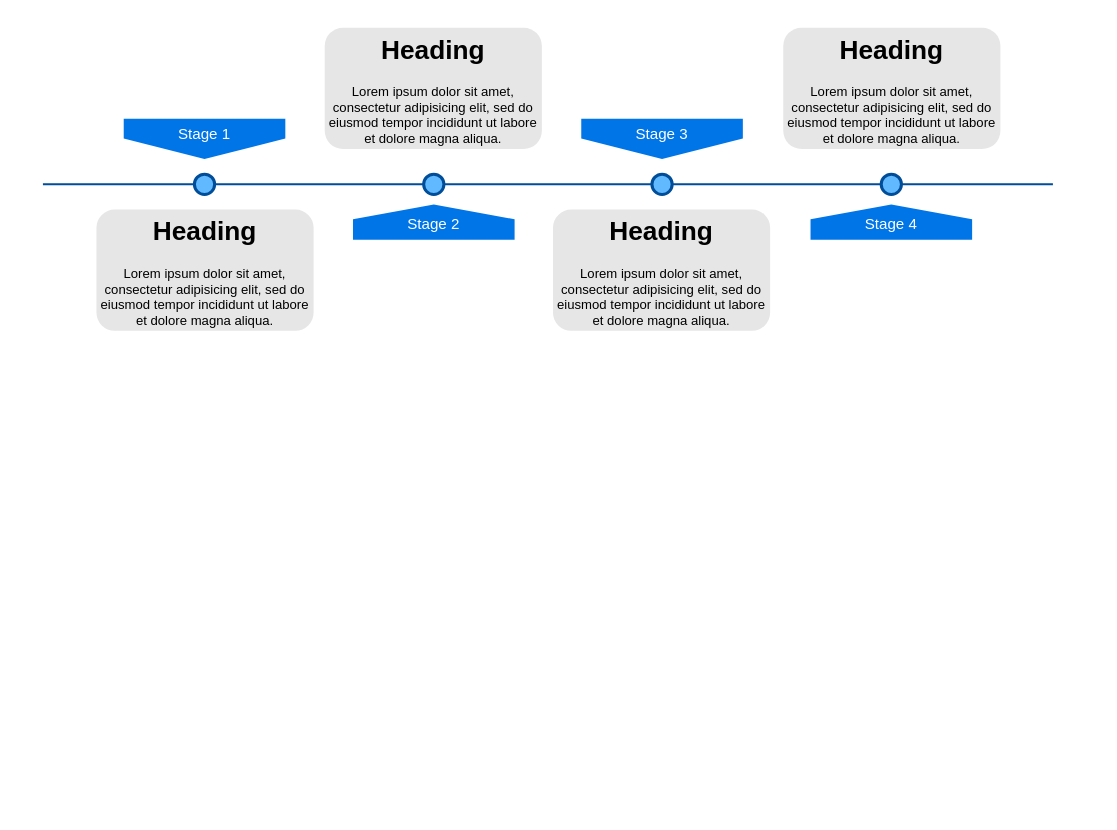
Earlier version of the draw.io diagram 收钱能量场设计.drawio (sharefuli/money). Source tidied: cells renumbered, new cells numbered last; positions are measured from the earlier drawing's top-left corner, leaving out a move shared by most shapes. Both pictures are drawn from the tidied source at 101%, with x=0, y=0 at pixel (42, 27).
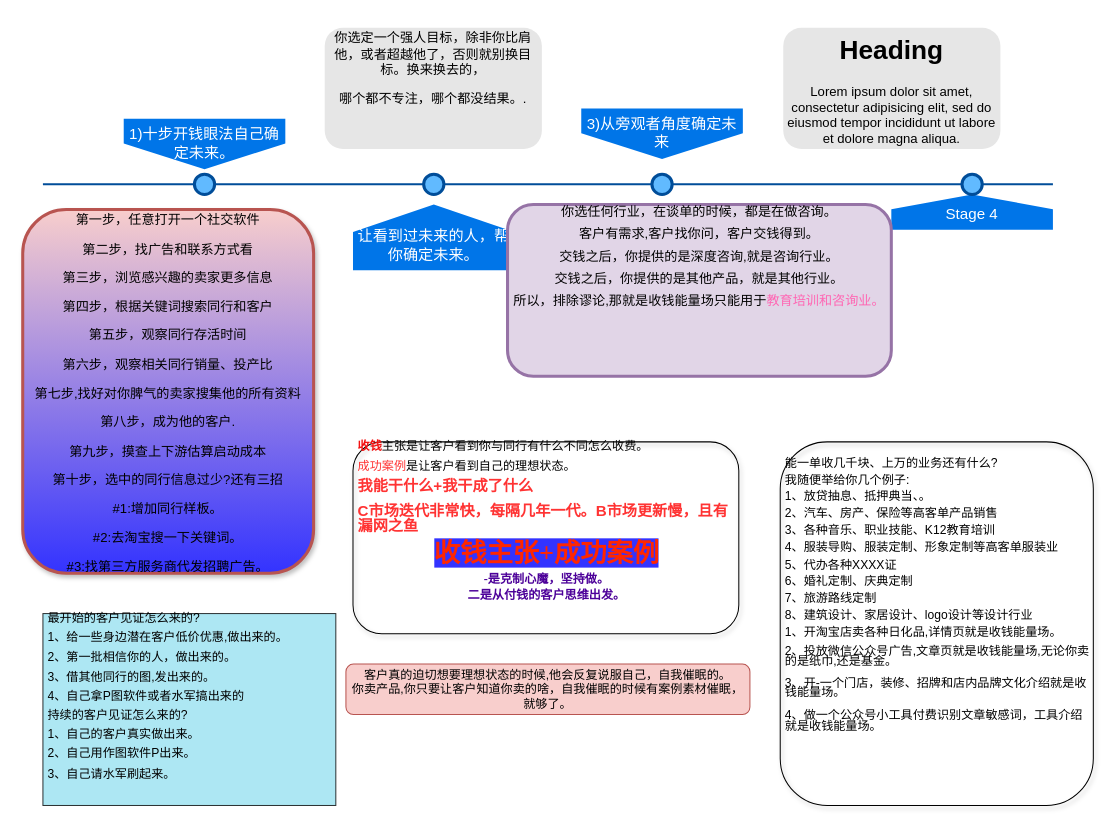
Above is the later version.

Commit message:
更新收钱能量场设计.drawio

The edit, as a diff of the source:
```diff
@@
 <mxGraphModel>
   <root>
     <mxCell id="0" />
     <mxCell id="1" parent="0" />
     <mxCell id="2" style="line;strokeWidth=2;html=1;fillColor=none;fontSize=28;fontColor=#004D99;strokeColor=#004D99;" parent="1" vertex="1">
       <mxGeometry y="150" width="1000" height="10" as="geometry" />
     </mxCell>
-    <mxCell id="3" value="Stage 1" style="shape=offPageConnector;whiteSpace=wrap;html=1;fillColor=#0075E8;fontSize=15;fontColor=#FFFFFF;size=0.5093750000000015;verticalAlign=top;strokeColor=none;" parent="1" vertex="1">
-      <mxGeometry x="80" y="90" width="160" height="40" as="geometry" />
+    <mxCell id="3" value="1)十步开钱眼法自己确定未来。" style="shape=offPageConnector;whiteSpace=wrap;html=1;fillColor=#0075E8;fontSize=15;fontColor=#FFFFFF;size=0.5093750000000015;verticalAlign=top;strokeColor=none;" parent="1" vertex="1">
+      <mxGeometry x="80" y="90" width="160" height="50" as="geometry" />
     </mxCell>
-    <mxCell id="4" value="&lt;span&gt;Stage 3&lt;/span&gt;" style="shape=offPageConnector;whiteSpace=wrap;html=1;fillColor=#0075E8;fontSize=15;fontColor=#FFFFFF;size=0.5093750000000015;verticalAlign=top;strokeColor=none;" parent="1" vertex="1">
-      <mxGeometry x="533" y="90" width="160" height="40" as="geometry" />
+    <mxCell id="4" value="3)从旁观者角度确定未来" style="shape=offPageConnector;whiteSpace=wrap;html=1;fillColor=#0075E8;fontSize=15;fontColor=#FFFFFF;size=0.5093750000000015;verticalAlign=top;strokeColor=none;" parent="1" vertex="1">
+      <mxGeometry x="533" y="80" width="160" height="50" as="geometry" />
     </mxCell>
-    <mxCell id="5" value="&lt;span&gt;Stage 2&lt;/span&gt;" style="shape=offPageConnector;whiteSpace=wrap;html=1;fillColor=#0075E8;fontSize=15;fontColor=#FFFFFF;size=0.4178571428571445;flipV=1;verticalAlign=bottom;strokeColor=none;spacingBottom=4;" parent="1" vertex="1">
-      <mxGeometry x="307" y="175" width="160" height="35" as="geometry" />
+    <mxCell id="5" value="让看到过未来的人，帮你确定未来。" style="shape=offPageConnector;whiteSpace=wrap;html=1;fillColor=#0075E8;fontSize=15;fontColor=#FFFFFF;size=0.4178571428571445;flipV=1;verticalAlign=bottom;strokeColor=none;spacingBottom=4;" parent="1" vertex="1">
+      <mxGeometry x="307" y="175" width="160" height="65" as="geometry" />
     </mxCell>
     <mxCell id="6" value="&lt;span&gt;Stage 4&lt;/span&gt;" style="shape=offPageConnector;whiteSpace=wrap;html=1;fillColor=#0075E8;fontSize=15;fontColor=#FFFFFF;size=0.4178571428571445;flipV=1;verticalAlign=bottom;strokeColor=none;spacingBottom=4;" parent="1" vertex="1">
-      <mxGeometry x="760" y="175" width="160" height="35" as="geometry" />
+      <mxGeometry x="840" y="165" width="160" height="35" as="geometry" />
     </mxCell>
     <mxCell id="7" style="ellipse;whiteSpace=wrap;html=1;fillColor=#61BAFF;fontSize=28;fontColor=#004D99;strokeWidth=3;strokeColor=#004D99;" parent="1" vertex="1">
       <mxGeometry x="150" y="145" width="20" height="20" as="geometry" />
     </mxCell>
     <mxCell id="8" style="ellipse;whiteSpace=wrap;html=1;fillColor=#61BAFF;fontSize=28;fontColor=#004D99;strokeWidth=3;strokeColor=#004D99;" parent="1" vertex="1">
       <mxGeometry x="377" y="145" width="20" height="20" as="geometry" />
     </mxCell>
     <mxCell id="9" style="ellipse;whiteSpace=wrap;html=1;fillColor=#61BAFF;fontSize=28;fontColor=#004D99;strokeWidth=3;strokeColor=#004D99;" parent="1" vertex="1">
       <mxGeometry x="603" y="145" width="20" height="20" as="geometry" />
     </mxCell>
     <mxCell id="10" style="ellipse;whiteSpace=wrap;html=1;fillColor=#61BAFF;fontSize=28;fontColor=#004D99;strokeWidth=3;strokeColor=#004D99;" parent="1" vertex="1">
-      <mxGeometry x="830" y="145" width="20" height="20" as="geometry" />
+      <mxGeometry x="910" y="145" width="20" height="20" as="geometry" />
     </mxCell>
-    <mxCell id="11" value="&lt;h1&gt;Heading&lt;/h1&gt;&lt;p&gt;Lorem ipsum dolor sit amet, consectetur adipisicing elit, sed do eiusmod tempor incididunt ut labore et dolore magna aliqua.&lt;/p&gt;" style="text;html=1;spacing=5;spacingTop=-20;whiteSpace=wrap;overflow=hidden;strokeColor=none;strokeWidth=3;fillColor=#E6E6E6;fontSize=13;fontColor=#000000;align=center;rounded=1;" parent="1" vertex="1">
-      <mxGeometry x="53" y="180" width="215" height="120" as="geometry" />
+    <mxCell id="11" value="&lt;p&gt;第一步，任意打开一个社交软件&lt;/p&gt;&lt;p&gt;第二步，找广告和联系方式看&lt;/p&gt;&lt;p&gt;第三步，浏览感兴趣的卖家更多信息&lt;/p&gt;&lt;p&gt;第四步，根据关键词搜索同行和客户&lt;/p&gt;&lt;p&gt;第五步，观察同行存活时间&lt;/p&gt;&lt;p&gt;第六步，观察相关同行销量、投产比&lt;/p&gt;&lt;p&gt;第七步,找好对你脾气的卖家搜集他的所有资料&lt;/p&gt;&lt;p&gt;第八步，成为他的客户.&lt;/p&gt;&lt;p&gt;第九步，摸查上下游估算启动成本&lt;/p&gt;&lt;p&gt;第十步，选中的同行信息过少?还有三招&lt;/p&gt;&lt;p&gt;#1:增加同行样板。&lt;/p&gt;&lt;p&gt;#2:去淘宝搜一下关键词。&lt;/p&gt;&lt;p&gt;#3:找第三方服务商代发招聘广告。&lt;/p&gt;" style="text;html=1;spacing=5;spacingTop=-20;whiteSpace=wrap;overflow=hidden;strokeColor=#b85450;strokeWidth=3;fillColor=#f8cecc;fontSize=13;align=center;rounded=1;shadow=1;gradientColor=#3333FF;" parent="1" vertex="1">
+      <mxGeometry x="-20" y="180" width="288" height="360" as="geometry" />
     </mxCell>
-    <mxCell id="12" value="&lt;h1&gt;Heading&lt;/h1&gt;&lt;p&gt;Lorem ipsum dolor sit amet, consectetur adipisicing elit, sed do eiusmod tempor incididunt ut labore et dolore magna aliqua.&lt;/p&gt;" style="text;html=1;spacing=5;spacingTop=-20;whiteSpace=wrap;overflow=hidden;strokeColor=none;strokeWidth=3;fillColor=#E6E6E6;fontSize=13;fontColor=#000000;align=center;rounded=1;" parent="1" vertex="1">
+    <mxCell id="12" value="&lt;p&gt;你选定一个强人目标，除非你比肩他，或者超越他了，否则就别换目标。换来换去的，&lt;/p&gt;&lt;p&gt;哪个都不专注，哪个都没结果。.&lt;/p&gt;" style="text;html=1;spacing=5;spacingTop=-20;whiteSpace=wrap;overflow=hidden;strokeColor=none;strokeWidth=3;fillColor=#E6E6E6;fontSize=13;fontColor=#000000;align=center;rounded=1;" parent="1" vertex="1">
       <mxGeometry x="279" width="215" height="120" as="geometry" />
     </mxCell>
-    <mxCell id="13" value="&lt;h1&gt;Heading&lt;/h1&gt;&lt;p&gt;Lorem ipsum dolor sit amet, consectetur adipisicing elit, sed do eiusmod tempor incididunt ut labore et dolore magna aliqua.&lt;/p&gt;" style="text;html=1;spacing=5;spacingTop=-20;whiteSpace=wrap;overflow=hidden;strokeColor=none;strokeWidth=3;fillColor=#E6E6E6;fontSize=13;fontColor=#000000;align=center;rounded=1;" parent="1" vertex="1">
-      <mxGeometry x="505" y="180" width="215" height="120" as="geometry" />
+    <mxCell id="13" value="&lt;p style=&quot;line-height: 70%;&quot;&gt;你选任何行业，在谈单的时候，都是在做咨询。&lt;/p&gt;&lt;p style=&quot;line-height: 70%;&quot;&gt;客户有需求,客户找你问，客户交钱得到。&lt;/p&gt;&lt;p style=&quot;line-height: 70%;&quot;&gt;交钱之后，你提供的是深度咨询,就是咨询行业。&lt;/p&gt;&lt;p style=&quot;line-height: 70%;&quot;&gt;交钱之后，你提供的是其他产品，就是其他行业。&lt;/p&gt;&lt;p style=&quot;line-height: 70%;&quot;&gt;所以，排除谬论,那就是收钱能量场只能用于&lt;font color=&quot;#ff66b3&quot;&gt;教育培训和咨询业。&lt;/font&gt;&lt;/p&gt;" style="text;html=1;spacing=5;spacingTop=-20;whiteSpace=wrap;overflow=hidden;strokeColor=#9673a6;strokeWidth=3;fillColor=#e1d5e7;fontSize=13;align=center;rounded=1;" parent="1" vertex="1">
+      <mxGeometry x="460" y="175" width="380" height="170" as="geometry" />
     </mxCell>
     <mxCell id="14" value="&lt;h1&gt;Heading&lt;/h1&gt;&lt;p&gt;Lorem ipsum dolor sit amet, consectetur adipisicing elit, sed do eiusmod tempor incididunt ut labore et dolore magna aliqua.&lt;/p&gt;" style="text;html=1;spacing=5;spacingTop=-20;whiteSpace=wrap;overflow=hidden;strokeColor=none;strokeWidth=3;fillColor=#E6E6E6;fontSize=13;fontColor=#000000;align=center;rounded=1;" parent="1" vertex="1">
       <mxGeometry x="733" width="215" height="120" as="geometry" />
     </mxCell>
+    <mxCell id="15" value="&lt;p style=&quot;line-height: 60%;&quot;&gt;&lt;b&gt;&lt;font color=&quot;#f31212&quot;&gt;收钱&lt;/font&gt;&lt;/b&gt;主张是让客户看到你与同行有什么不同怎么收费。&lt;/p&gt;&lt;p style=&quot;line-height: 60%;&quot;&gt;&lt;span style=&quot;font-size: 12px;&quot;&gt;&lt;font color=&quot;#ff3333&quot;&gt;成功案例&lt;/font&gt;是让客户看到自己的理想状态。&lt;/span&gt;&lt;/p&gt;&lt;p style=&quot;line-height: 60%;&quot;&gt;&lt;b style=&quot;&quot;&gt;&lt;font color=&quot;#ff3333&quot; style=&quot;font-size: 15px;&quot;&gt;我能干什么+我干成了什么&lt;/font&gt;&lt;/b&gt;&lt;/p&gt;&lt;p style=&quot;line-height: 112%;&quot;&gt;&lt;b style=&quot;&quot;&gt;&lt;font color=&quot;#ff3333&quot; style=&quot;font-size: 15px;&quot;&gt;C市场迭代非常快，每隔几年一代。B市场更新慢，且有漏网之鱼&lt;/font&gt;&lt;/b&gt;&lt;/p&gt;&lt;p style=&quot;text-align: center; line-height: 112%;&quot;&gt;&lt;b style=&quot;&quot;&gt;&lt;font color=&quot;#ff2600&quot; face=&quot;Garamond&quot; style=&quot;font-size: 26px; background-color: rgb(51, 51, 255);&quot;&gt;收钱主张+成功案例&lt;/font&gt;&lt;/b&gt;&lt;/p&gt;&lt;p style=&quot;text-align: center; line-height: 30%;&quot;&gt;&lt;font color=&quot;#4c0099&quot; face=&quot;Garamond&quot; style=&quot;&quot;&gt;&lt;b style=&quot;background-color: rgb(255, 255, 255);&quot;&gt;-是克制心魔，坚持做。&lt;/b&gt;&lt;br&gt;&lt;/font&gt;&lt;/p&gt;&lt;div style=&quot;text-align: center; line-height: 30%;&quot;&gt;&lt;font color=&quot;#4c0099&quot; face=&quot;Garamond&quot;&gt;&lt;b style=&quot;&quot;&gt;二是从付钱的客户思维出发。&lt;/b&gt;&lt;/font&gt;&lt;/div&gt;&lt;p style=&quot;text-align: center; line-height: 112%;&quot;&gt;&lt;font color=&quot;#ff2600&quot; face=&quot;Garamond&quot; style=&quot;&quot;&gt;&lt;b style=&quot;background-color: rgb(255, 255, 255);&quot;&gt;&lt;br&gt;&lt;/b&gt;&lt;/font&gt;&lt;/p&gt;" style="text;html=1;strokeColor=default;fillColor=none;spacing=5;spacingTop=-20;whiteSpace=wrap;overflow=hidden;rounded=1;shadow=1;" parent="1" vertex="1">
+      <mxGeometry x="307" y="410" width="382" height="190" as="geometry" />
+    </mxCell>
+    <mxCell id="16" value="&lt;p style=&quot;line-height: 40%;&quot;&gt;&lt;br&gt;&lt;/p&gt;&lt;p style=&quot;line-height: 40%;&quot;&gt;能一单收几千块、上万的业务还有什么?&lt;/p&gt;&lt;p style=&quot;line-height: 40%;&quot;&gt;&lt;span style=&quot;font-size: 12px;&quot;&gt;我随便举给你几个例子:&lt;/span&gt;&lt;/p&gt;&lt;p style=&quot;line-height: 40%;&quot;&gt;&lt;span style=&quot;font-size: 12px;&quot;&gt;1、放贷抽息、抵押典当、。&lt;/span&gt;&lt;/p&gt;&lt;p style=&quot;line-height: 40%;&quot;&gt;&lt;span style=&quot;font-size: 12px;&quot;&gt;2、汽车、房产、保险等高客单产品销售&lt;/span&gt;&lt;/p&gt;&lt;p style=&quot;line-height: 40%;&quot;&gt;&lt;span style=&quot;font-size: 12px;&quot;&gt;3、各种音乐、职业技能、K12教育培训&lt;/span&gt;&lt;/p&gt;&lt;p style=&quot;line-height: 40%;&quot;&gt;&lt;span style=&quot;font-size: 12px;&quot;&gt;4、服装导购、服装定制、形象定制等高客单服装业&lt;/span&gt;&lt;/p&gt;&lt;p style=&quot;line-height: 40%;&quot;&gt;&lt;span style=&quot;font-size: 12px;&quot;&gt;5、代办各种XXXX证&lt;/span&gt;&lt;/p&gt;&lt;p style=&quot;line-height: 40%;&quot;&gt;&lt;span style=&quot;font-size: 12px;&quot;&gt;6、婚礼定制、庆典定制&lt;/span&gt;&lt;/p&gt;&lt;p style=&quot;line-height: 40%;&quot;&gt;&lt;span style=&quot;font-size: 12px;&quot;&gt;7、旅游路线定制&lt;/span&gt;&lt;/p&gt;&lt;p style=&quot;line-height: 40%;&quot;&gt;&lt;span style=&quot;font-size: 12px;&quot;&gt;8、建筑设计、家居设计、logo设计等设计行业&lt;/span&gt;&lt;/p&gt;&lt;p style=&quot;line-height: 40%;&quot;&gt;1、开淘宝店卖各种日化品,详情页就是收钱能量场。&lt;/p&gt;&lt;p style=&quot;line-height: 80%;&quot;&gt;&lt;span style=&quot;font-size: 12px;&quot;&gt;2、投放微信公众号广告,文章页就是收钱能量场,无论你卖的是纸巾,还是基金。&lt;/span&gt;&lt;/p&gt;&lt;p style=&quot;line-height: 80%;&quot;&gt;&lt;span style=&quot;font-size: 12px;&quot;&gt;3、开-一个门店，装修、招牌和店内品牌文化介绍就是收钱能量场。&lt;/span&gt;&lt;/p&gt;&lt;p style=&quot;line-height: 40%;&quot;&gt;&lt;/p&gt;&lt;p style=&quot;line-height: 90%;&quot;&gt;&lt;span style=&quot;font-size: 12px;&quot;&gt;4、做一个公众号小工具付费识别文章敏感词，工具介绍就是收钱能量场。&lt;/span&gt;&lt;/p&gt;&lt;p style=&quot;line-height: 50%;&quot;&gt;&lt;span style=&quot;font-size: 12px;&quot;&gt;&lt;br&gt;&lt;/span&gt;&lt;/p&gt;" style="text;html=1;strokeColor=default;fillColor=none;spacing=5;spacingTop=-20;whiteSpace=wrap;overflow=hidden;rounded=1;shadow=1;" parent="1" vertex="1">
+      <mxGeometry x="730" y="410" width="310" height="360" as="geometry" />
+    </mxCell>
+    <mxCell id="17" value="客户真的迫切想要理想状态的时候,他会反复说服自己，自我催眠的。&lt;br&gt;你卖产品,你只要让客户知道你卖的啥，自我催眠的时候有案例素材催眠，就够了。" style="text;html=1;strokeColor=#b85450;fillColor=#f8cecc;align=center;verticalAlign=middle;whiteSpace=wrap;rounded=1;" parent="1" vertex="1">
+      <mxGeometry x="300" y="630" width="400" height="50" as="geometry" />
+    </mxCell>
+    <mxCell id="18" value="&lt;p style=&quot;line-height: 60%;&quot;&gt;最开始的客户见证怎么来的?&lt;/p&gt;&lt;p style=&quot;line-height: 60%;&quot;&gt;&lt;span style=&quot;font-size: 12px;&quot;&gt;1、给一些身边潜在客户低价优惠,做出来的。&lt;/span&gt;&lt;/p&gt;&lt;p style=&quot;line-height: 60%;&quot;&gt;&lt;span style=&quot;font-size: 12px;&quot;&gt;2、第一批相信你的人，做出来的。&lt;/span&gt;&lt;/p&gt;&lt;p style=&quot;line-height: 60%;&quot;&gt;&lt;span style=&quot;font-size: 12px;&quot;&gt;3、借其他同行的图,发出来的。&lt;/span&gt;&lt;/p&gt;&lt;p style=&quot;line-height: 60%;&quot;&gt;&lt;span style=&quot;font-size: 12px;&quot;&gt;4、自己拿P图软件或者水军搞出来的&lt;/span&gt;&lt;/p&gt;&lt;p style=&quot;line-height: 60%;&quot;&gt;持续的客户见证怎么来的?&lt;/p&gt;&lt;p style=&quot;line-height: 60%;&quot;&gt;&lt;span style=&quot;font-size: 12px;&quot;&gt;1、自己的客户真实做出来。&lt;/span&gt;&lt;/p&gt;&lt;p style=&quot;line-height: 60%;&quot;&gt;&lt;span style=&quot;font-size: 12px;&quot;&gt;2、自己用作图软件P出来。&lt;/span&gt;&lt;/p&gt;&lt;p style=&quot;line-height: 60%;&quot;&gt;&lt;/p&gt;&lt;p style=&quot;line-height: 60%;&quot;&gt;&lt;span style=&quot;font-size: 12px;&quot;&gt;3、自己请水军刷起来。&lt;/span&gt;&lt;/p&gt;" style="text;html=1;strokeColor=default;fillColor=#99e1f0;spacing=5;spacingTop=-20;whiteSpace=wrap;overflow=hidden;rounded=0;opacity=80;" parent="1" vertex="1">
+      <mxGeometry y="580" width="290" height="190" as="geometry" />
+    </mxCell>
   </root>
 </mxGraphModel>
```
